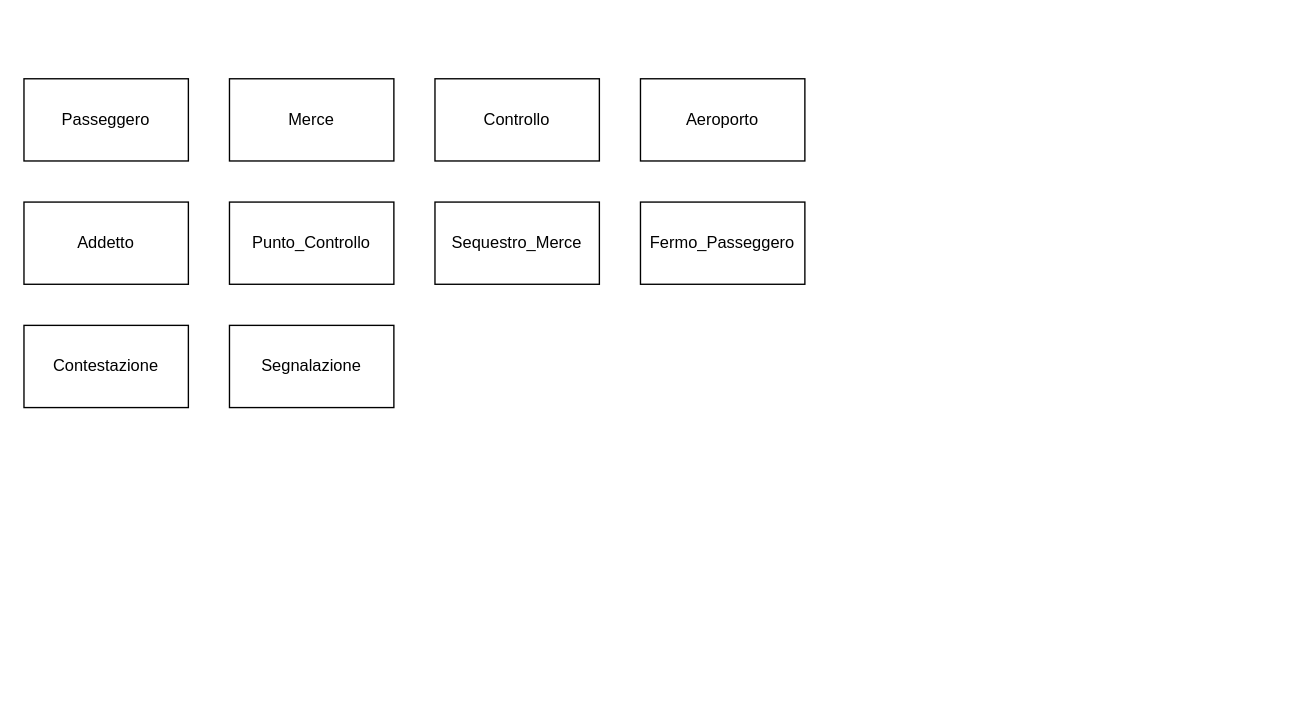
Before: SafeGate.drawio in Marcofire97/SafeGate, a draw.io diagram. Source tidied: cells renumbered, new cells numbered last; positions are measured from the earlier drawing's top-left corner, leaving out a move shared by most shapes. Both pictures are drawn from the tidied source at 137%, with x=0, y=0 at pixel (23, 78).
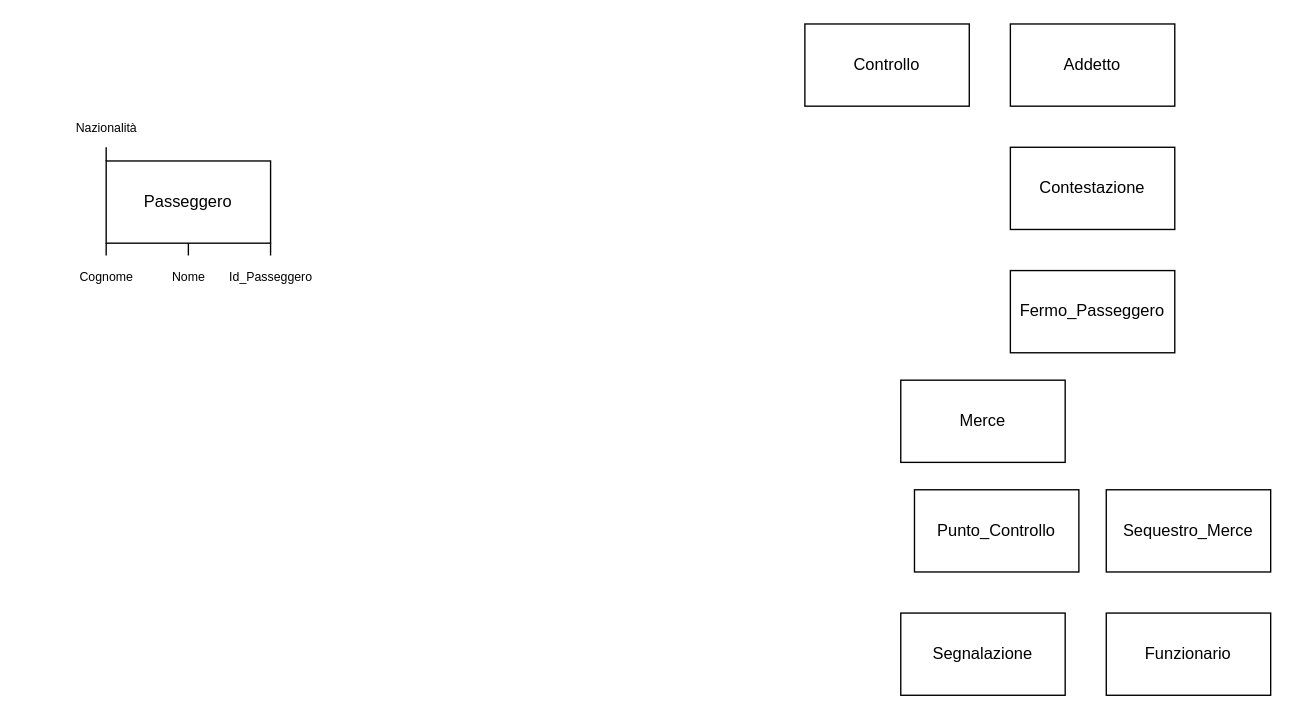
The same page after the edit.

What changed in the source:
```diff
@@
     <mxCell id="2" value="Passeggero" style="rounded=0;whiteSpace=wrap;html=1;" parent="1" vertex="1">
-      <mxGeometry width="120" height="60" as="geometry" />
+      <mxGeometry x="60" y="60" width="120" height="60" as="geometry" />
     </mxCell>
     <mxCell id="3" value="Merce" style="rounded=0;whiteSpace=wrap;html=1;" parent="1" vertex="1">
-      <mxGeometry x="150" width="120" height="60" as="geometry" />
+      <mxGeometry x="640" y="220" width="120" height="60" as="geometry" />
     </mxCell>
     <mxCell id="4" value="Controllo" style="rounded=0;whiteSpace=wrap;html=1;" parent="1" vertex="1">
-      <mxGeometry x="300" width="120" height="60" as="geometry" />
+      <mxGeometry x="570" y="-40" width="120" height="60" as="geometry" />
     </mxCell>
-    <mxCell id="5" value="Aeroporto" style="rounded=0;whiteSpace=wrap;html=1;" parent="1" vertex="1">
-      <mxGeometry x="450" width="120" height="60" as="geometry" />
-    </mxCell>
     <mxCell id="6" value="Addetto" style="rounded=0;whiteSpace=wrap;html=1;" parent="1" vertex="1">
-      <mxGeometry y="90" width="120" height="60" as="geometry" />
+      <mxGeometry x="720" y="-40" width="120" height="60" as="geometry" />
     </mxCell>
     <mxCell id="7" value="Punto_Controllo" style="rounded=0;whiteSpace=wrap;html=1;" parent="1" vertex="1">
-      <mxGeometry x="150" y="90" width="120" height="60" as="geometry" />
+      <mxGeometry x="650" y="300" width="120" height="60" as="geometry" />
     </mxCell>
     <mxCell id="8" value="Sequestro_Merce" style="rounded=0;whiteSpace=wrap;html=1;" parent="1" vertex="1">
-      <mxGeometry x="300" y="90" width="120" height="60" as="geometry" />
+      <mxGeometry x="790" y="300" width="120" height="60" as="geometry" />
     </mxCell>
     <mxCell id="9" value="Fermo_Passeggero" style="rounded=0;whiteSpace=wrap;html=1;" parent="1" vertex="1">
-      <mxGeometry x="450" y="90" width="120" height="60" as="geometry" />
+      <mxGeometry x="720" y="140" width="120" height="60" as="geometry" />
     </mxCell>
     <mxCell id="10" value="Contestazione" style="rounded=0;whiteSpace=wrap;html=1;" parent="1" vertex="1">
-      <mxGeometry y="180" width="120" height="60" as="geometry" />
+      <mxGeometry x="720" y="50" width="120" height="60" as="geometry" />
     </mxCell>
     <mxCell id="11" value="Segnalazione" style="rounded=0;whiteSpace=wrap;html=1;" parent="1" vertex="1">
-      <mxGeometry x="150" y="180" width="120" height="60" as="geometry" />
+      <mxGeometry x="640" y="390" width="120" height="60" as="geometry" />
     </mxCell>
+    <mxCell id="12" value="Funzionario" style="rounded=0;whiteSpace=wrap;html=1;" parent="1" vertex="1">
+      <mxGeometry x="790" y="390" width="120" height="60" as="geometry" />
+    </mxCell>
+    <mxCell id="13" style="endArrow=none;html=1;rounded=0;entryX=1;entryY=1;entryDx=0;entryDy=0;" parent="1" edge="1" source="14" target="2">
+      <mxGeometry relative="1" as="geometry" />
+    </mxCell>
+    <mxCell id="14" value="&lt;font style=&quot;font-size: 9px;&quot;&gt;Id_Passeggero&lt;/font&gt;" style="text;html=1;align=center;verticalAlign=middle;points=[];strokeColor=none;fillColor=none;" parent="1" vertex="1">
+      <mxGeometry x="135" y="129" width="90" height="30" as="geometry" />
+    </mxCell>
+    <mxCell id="15" style="endArrow=none;html=1;rounded=0;" parent="1" edge="1" source="16" target="2">
+      <mxGeometry relative="1" as="geometry" />
+    </mxCell>
+    <mxCell id="16" value="&lt;font style=&quot;font-size: 9px;&quot;&gt;Nome&lt;/font&gt;" style="text;html=1;align=center;verticalAlign=middle;points=[];strokeColor=none;fillColor=none;" parent="1" vertex="1">
+      <mxGeometry x="95" y="129" width="50" height="30" as="geometry" />
+    </mxCell>
+    <mxCell id="17" style="endArrow=none;html=1;rounded=0;" parent="1" edge="1" source="18">
+      <mxGeometry relative="1" as="geometry">
+        <mxPoint x="60" y="120" as="targetPoint" />
+      </mxGeometry>
+    </mxCell>
+    <mxCell id="18" value="&lt;font style=&quot;font-size: 9px;&quot;&gt;Cognome&lt;/font&gt;" style="text;html=1;align=center;verticalAlign=middle;points=[];strokeColor=none;fillColor=none;" parent="1" vertex="1">
+      <mxGeometry x="30" y="129" width="60" height="30" as="geometry" />
+    </mxCell>
+    <mxCell id="19" style="endArrow=none;html=1;rounded=0;entryX=0;entryY=0;entryDx=0;entryDy=0;" parent="1" edge="1" source="20" target="2">
+      <mxGeometry relative="1" as="geometry" />
+    </mxCell>
+    <mxCell id="20" value="&lt;font style=&quot;font-size: 9px;&quot;&gt;Nazionalità&lt;/font&gt;" style="text;html=1;align=center;verticalAlign=middle;points=[];strokeColor=none;fillColor=none;" parent="1" vertex="1">
+      <mxGeometry x="25" y="20" width="70" height="30" as="geometry" />
+    </mxCell>
```
